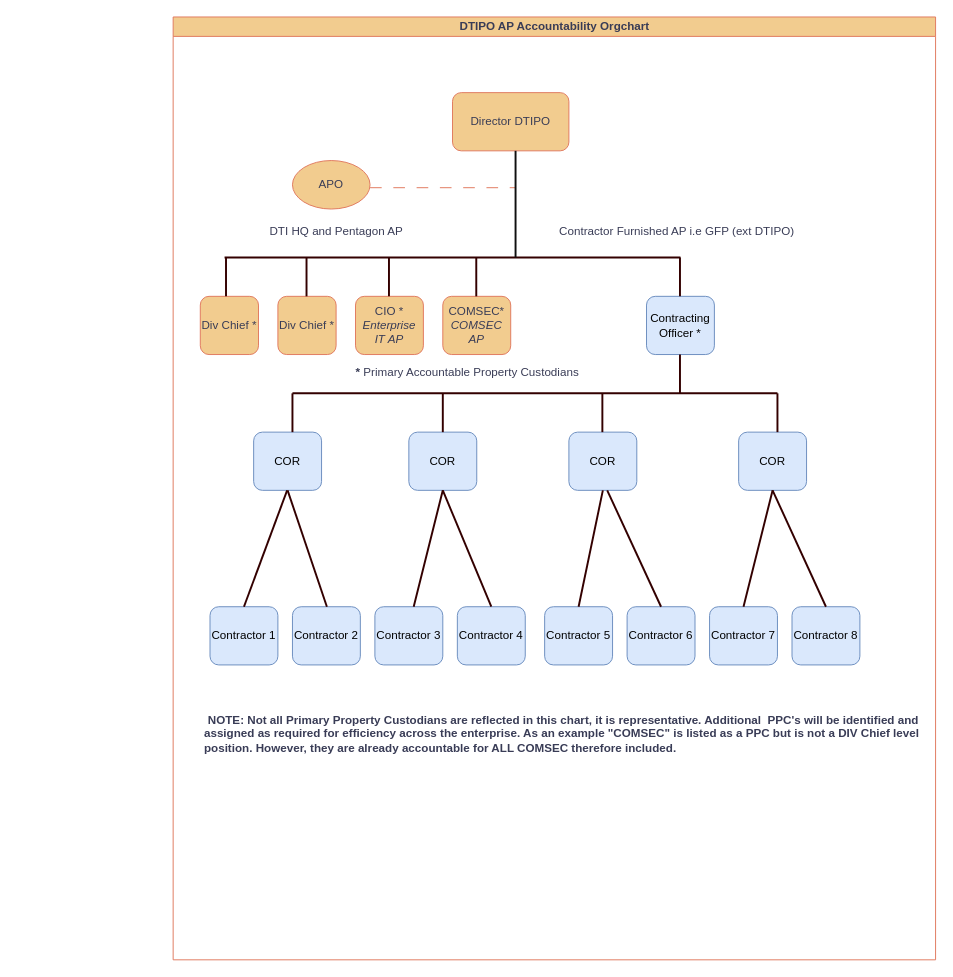
Earlier version of the draw.io diagram AP ORG flow.drawio (moondog69/drawings). Source tidied: cells renumbered, new cells numbered last; positions are measured from the earlier drawing's top-left corner, leaving out a move shared by most shapes. Both pictures are drawn from the tidied source at 97%, with x=0, y=0 at pixel (16, 16).
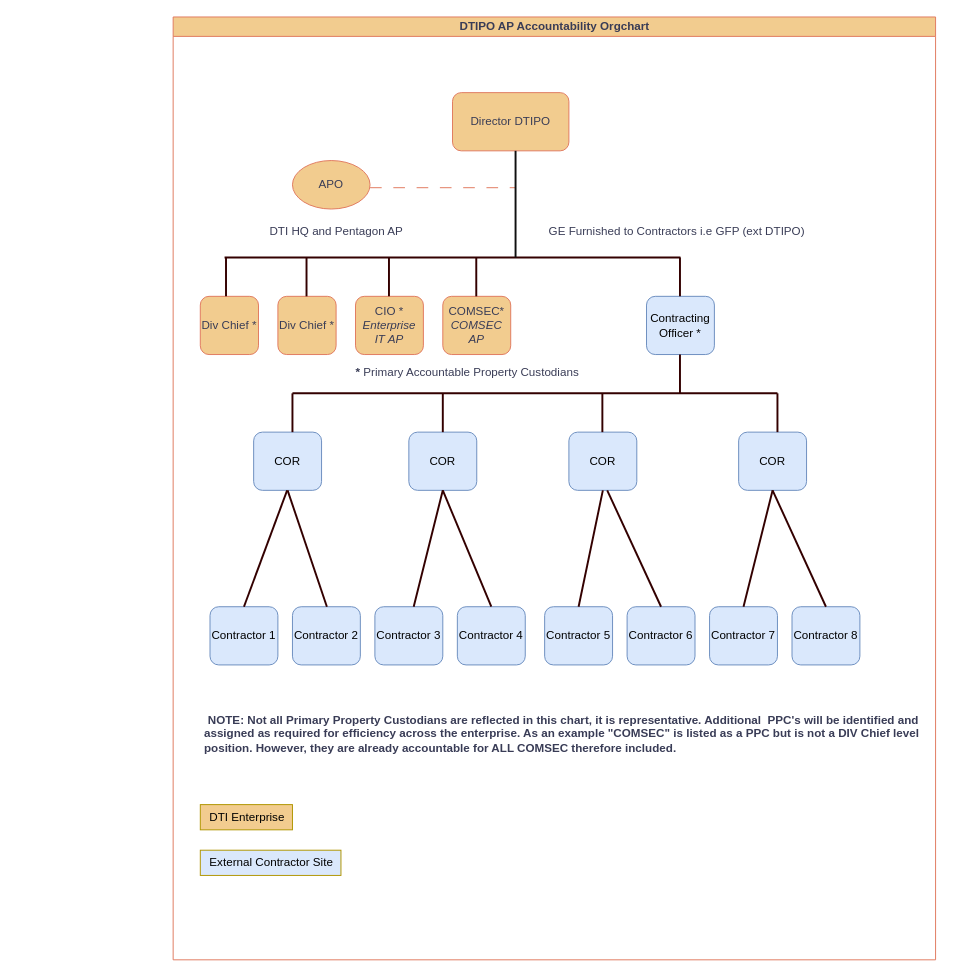
The same diagram, later.

Unchanged cells that the change refers to:
```xml
<mxCell id="2" value="DTIPO AP Accountability Orgchart" style="swimlane;html=1;startSize=20;horizontal=1;containerType=tree;glass=0;labelBackgroundColor=none;fillColor=#F2CC8F;strokeColor=#E07A5F;fontColor=#393C56;" parent="1" vertex="1">
  <mxGeometry x="161" width="786" height="972" as="geometry" />
</mxCell>
```

Change to the diagram source:
```diff
@@
+    <mxCell id="48" value="DTI Enterprise" style="text;html=1;align=center;verticalAlign=middle;strokeColor=#B09500;fillColor=#F2CC8F;fontColor=#000000;" parent="2" vertex="1">
+      <mxGeometry x="28" y="812" width="95" height="26" as="geometry" />
+    </mxCell>
+    <mxCell id="49" value="External Contractor Site" style="text;html=1;align=center;verticalAlign=middle;strokeColor=#B09500;fillColor=#DAE8FC;fontColor=#000000;" parent="2" vertex="1">
+      <mxGeometry x="28" y="859" width="145" height="26" as="geometry" />
+    </mxCell>
-    <mxCell id="47" value="Contractor Furnished AP i.e GFP (ext DTIPO)" style="text;html=1;align=center;verticalAlign=middle;strokeColor=none;fillColor=none;labelBackgroundColor=none;fontColor=#393C56;" parent="1" vertex="1">
-      <mxGeometry x="545" y="206" width="270" height="30" as="geometry" />
+    <mxCell id="47" value="GE Furnished to Contractors i.e GFP (ext DTIPO)" style="text;html=1;align=center;verticalAlign=middle;strokeColor=none;fillColor=none;labelBackgroundColor=none;fontColor=#393C56;" parent="1" vertex="1">
+      <mxGeometry x="539" y="208" width="282" height="26" as="geometry" />
     </mxCell>
```
